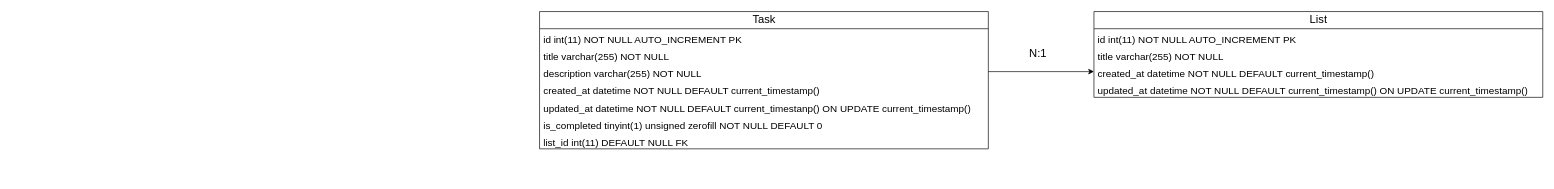
chas-academy/u03-todo-Laraass keeps this draw.io diagram as src/assets/ER.drawio. Above is the earlier version. Source tidied: cells renumbered, new cells numbered last; positions are measured from the earlier drawing's top-left corner, leaving out a move shared by most shapes. Both pictures are drawn from the tidied source at 66%, with x=0, y=0 at pixel (539, 11).
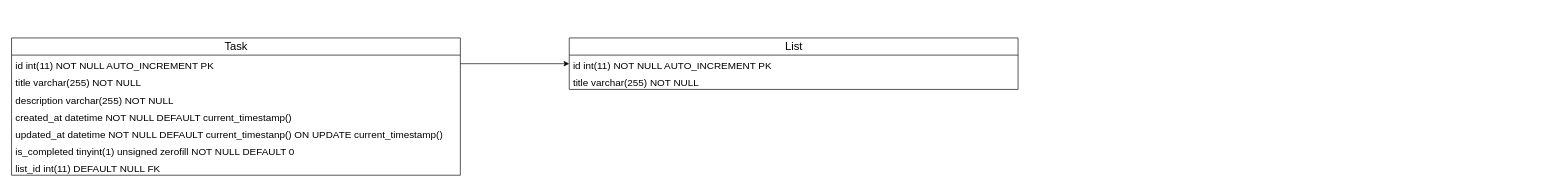
Above is the later version.

Diff of the diagram source:
```diff
@@
 <mxGraphModel>
   <root>
     <mxCell id="0" />
     <mxCell id="1" parent="0" />
-    <mxCell id="2" value="&lt;font style=&quot;font-size: 17px;&quot;&gt;N:1&lt;/font&gt;" style="text;html=1;align=center;verticalAlign=middle;strokeColor=none;fillColor=none;" parent="1" vertex="1">
-      <mxGeometry x="730" y="50" width="50" height="30" as="geometry" />
-    </mxCell>
     <mxCell id="3" value="Task" style="swimlane;fontStyle=0;horizontal=1;startSize=26;fillColor=none;html=1;strokeColor=default;fontSize=17;" parent="1" vertex="1">
-      <mxGeometry width="680" height="208" as="geometry" />
+      <mxGeometry x="-800" y="40" width="680" height="208" as="geometry" />
     </mxCell>
     <mxCell id="4" value="&lt;font style=&quot;font-size: 15px;&quot;&gt;id int(11) NOT NULL AUTO_INCREMENT PK&lt;/font&gt;" style="text;strokeColor=none;fillColor=none;align=left;verticalAlign=top;spacingLeft=4;spacingRight=4;overflow=hidden;points=[[0,0.5],[1,0.5]];portConstraint=eastwest;whiteSpace=wrap;html=1;fontSize=17;" parent="3" vertex="1">
       <mxGeometry y="26" width="680" height="26" as="geometry" />
     </mxCell>
     <mxCell id="5" value="&lt;font style=&quot;font-size: 15px;&quot;&gt;title varchar(255) NOT NULL&lt;/font&gt;" style="text;strokeColor=none;fillColor=none;align=left;verticalAlign=top;spacingLeft=4;spacingRight=4;overflow=hidden;whiteSpace=wrap;html=1;fontSize=17;" parent="3" vertex="1">
       <mxGeometry y="52" width="680" height="26" as="geometry" />
     </mxCell>
     <mxCell id="6" value="&lt;font style=&quot;font-size: 15px;&quot;&gt;description varchar(255) NOT NULL&lt;/font&gt;" style="text;strokeColor=none;fillColor=none;align=left;verticalAlign=top;spacingLeft=4;spacingRight=4;overflow=hidden;points=[[0,0.5],[1,0.5]];portConstraint=eastwest;whiteSpace=wrap;html=1;fontSize=17;" parent="3" vertex="1">
       <mxGeometry y="78" width="680" height="26" as="geometry" />
     </mxCell>
     <mxCell id="7" value="&lt;font style=&quot;font-size: 15px;&quot;&gt;created_at datetime NOT NULL DEFAULT current_timestamp()&lt;/font&gt;" style="text;strokeColor=none;fillColor=none;align=left;verticalAlign=top;spacingLeft=4;spacingRight=4;overflow=hidden;whiteSpace=wrap;html=1;fontSize=17;" parent="3" vertex="1">
       <mxGeometry y="104" width="680" height="26" as="geometry" />
     </mxCell>
     <mxCell id="8" value="&lt;font style=&quot;font-size: 15px;&quot;&gt;updated_at datetime NOT NULL DEFAULT current_timestanp() ON UPDATE current_timestamp()&lt;/font&gt;" style="text;strokeColor=none;fillColor=none;align=left;verticalAlign=top;spacingLeft=4;spacingRight=4;overflow=hidden;whiteSpace=wrap;html=1;fontSize=17;" parent="3" vertex="1">
       <mxGeometry y="130" width="680" height="26" as="geometry" />
     </mxCell>
     <mxCell id="9" value="&lt;font style=&quot;font-size: 15px;&quot;&gt;is_completed tinyint(1) unsigned zerofill NOT NULL DEFAULT 0&lt;/font&gt;" style="text;strokeColor=none;fillColor=none;align=left;verticalAlign=top;spacingLeft=4;spacingRight=4;overflow=hidden;whiteSpace=wrap;html=1;fontSize=17;" parent="3" vertex="1">
       <mxGeometry y="156" width="680" height="26" as="geometry" />
     </mxCell>
     <mxCell id="10" value="&lt;font style=&quot;font-size: 15px;&quot;&gt;list_id int(11) DEFAULT NULL FK&lt;/font&gt;" style="text;strokeColor=none;fillColor=none;align=left;verticalAlign=top;spacingLeft=4;spacingRight=4;overflow=hidden;whiteSpace=wrap;html=1;fontSize=17;" parent="3" vertex="1">
       <mxGeometry y="182" width="680" height="26" as="geometry" />
     </mxCell>
     <mxCell id="11" value="List" style="swimlane;fontStyle=0;horizontal=1;startSize=26;fillColor=none;html=1;strokeColor=default;fontSize=17;" parent="1" vertex="1">
-      <mxGeometry x="840" width="680" height="130" as="geometry" />
+      <mxGeometry x="45" y="40" width="680" height="78" as="geometry" />
     </mxCell>
     <mxCell id="12" value="&lt;font style=&quot;font-size: 15px;&quot;&gt;id int(11) NOT NULL AUTO_INCREMENT PK&lt;/font&gt;" style="text;strokeColor=none;fillColor=none;align=left;verticalAlign=top;spacingLeft=4;spacingRight=4;overflow=hidden;points=[[0,0.5],[1,0.5]];portConstraint=eastwest;whiteSpace=wrap;html=1;fontSize=17;" parent="11" vertex="1">
       <mxGeometry y="26" width="680" height="26" as="geometry" />
     </mxCell>
     <mxCell id="13" value="&lt;font style=&quot;font-size: 15px;&quot;&gt;title varchar(255) NOT NULL&lt;/font&gt;" style="text;strokeColor=none;fillColor=none;align=left;verticalAlign=top;spacingLeft=4;spacingRight=4;overflow=hidden;whiteSpace=wrap;html=1;fontSize=17;" parent="11" vertex="1">
       <mxGeometry y="52" width="680" height="26" as="geometry" />
     </mxCell>
-    <mxCell id="14" value="&lt;font style=&quot;font-size: 15px;&quot;&gt;created_at datetime NOT NULL DEFAULT current_timestamp()&lt;/font&gt;" style="text;strokeColor=none;fillColor=none;align=left;verticalAlign=top;spacingLeft=4;spacingRight=4;overflow=hidden;points=[[0,0.5],[1,0.5]];portConstraint=eastwest;whiteSpace=wrap;html=1;fontSize=17;" parent="11" vertex="1">
-      <mxGeometry y="78" width="680" height="26" as="geometry" />
-    </mxCell>
-    <mxCell id="15" value="&lt;font style=&quot;font-size: 15px;&quot;&gt;updated_at datetime NOT NULL DEFAULT current_timestamp() ON UPDATE current_timestamp()&lt;/font&gt;" style="text;strokeColor=none;fillColor=none;align=left;verticalAlign=top;spacingLeft=4;spacingRight=4;overflow=hidden;whiteSpace=wrap;html=1;fontSize=17;" parent="11" vertex="1">
-      <mxGeometry y="104" width="680" height="26" as="geometry" />
-    </mxCell>
-    <mxCell id="16" style="edgeStyle=none;html=1;exitX=1;exitY=0.5;exitDx=0;exitDy=0;entryX=0;entryY=0.5;entryDx=0;entryDy=0;" parent="1" edge="1" source="6" target="14">
+    <mxCell id="16" style="edgeStyle=none;html=1;exitX=1;exitY=0.5;exitDx=0;exitDy=0;entryX=0;entryY=0.5;entryDx=0;entryDy=0;" parent="1" edge="1" source="4" target="12">
       <mxGeometry relative="1" as="geometry" />
     </mxCell>
   </root>
 </mxGraphModel>
```
